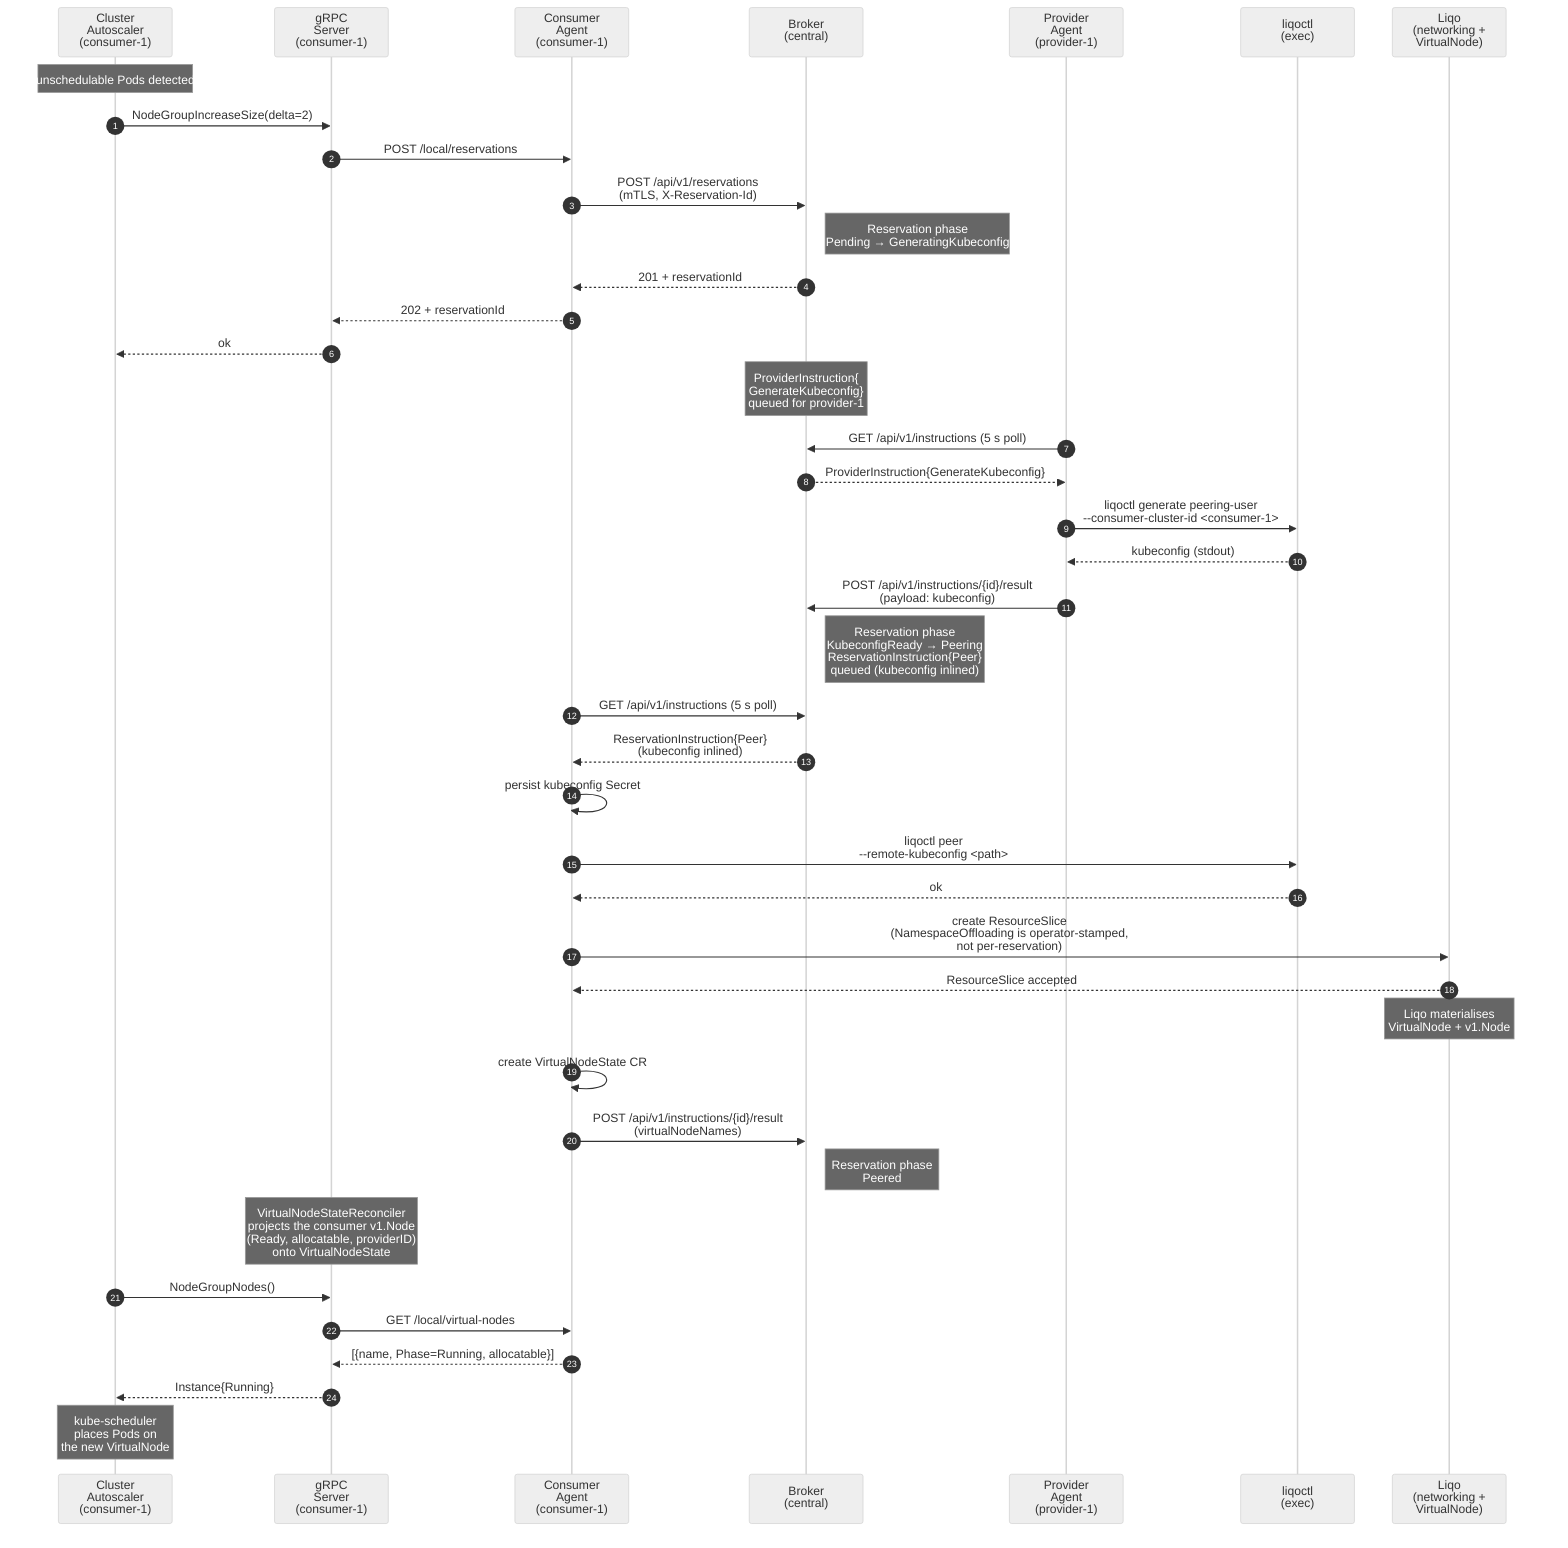
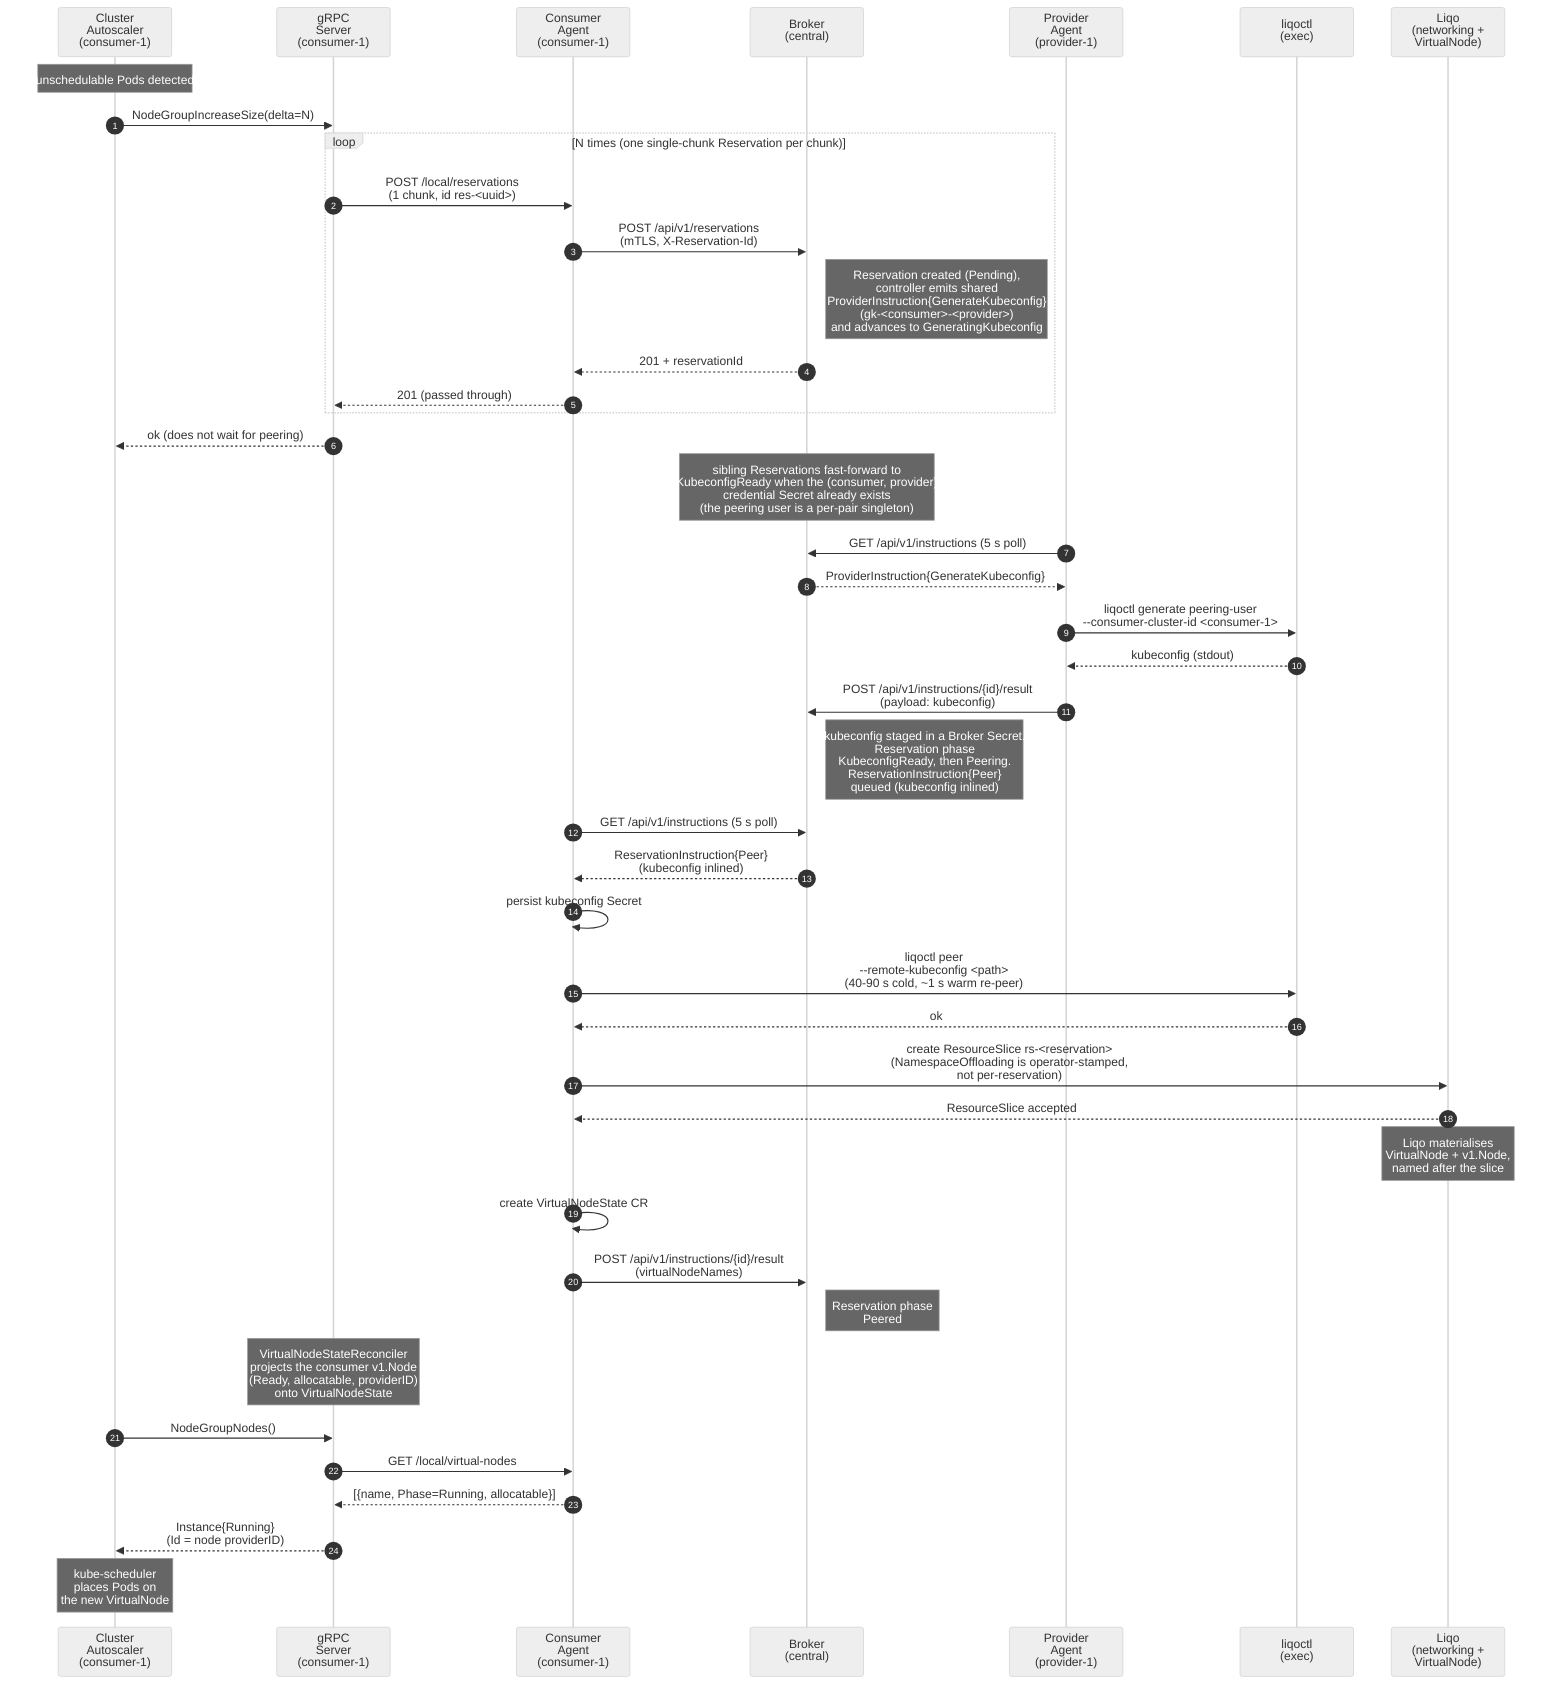
%%{init: {'theme': 'neutral'}}%%
- %% docs/design.md §8.2 — scale-up execution flow (as-built).
- %% Surfaces every liqoctl exec hop introduced in steps 8/9.
+ %% docs/design.md §9.2 - scale-up execution flow (as-built).
+ %% One Reservation = one chunk = one virtual node; a delta-N scale-up fans out N reservations.
%% Regenerate the PNG with: mmdc -i scale-up.mmd -o scale-up-execution-flow.png
sequenceDiagram
    autonumber
    participant CA  as Cluster<br/>Autoscaler<br/>(consumer-1)
    participant GS  as gRPC<br/>Server<br/>(consumer-1)
    participant CAg as Consumer<br/>Agent<br/>(consumer-1)
    participant Bk  as Broker<br/>(central)
    participant PAg as Provider<br/>Agent<br/>(provider-1)
    participant Lq  as liqoctl<br/>(exec)
    participant Lo  as Liqo<br/>(networking +<br/>VirtualNode)

    Note over CA: unschedulable Pods detected
-     CA->>GS: NodeGroupIncreaseSize(delta=2)
-     GS->>CAg: POST /local/reservations
-     CAg->>Bk: POST /api/v1/reservations<br/>(mTLS, X-Reservation-Id)
-     Note right of Bk: Reservation phase<br/>Pending → GeneratingKubeconfig
-     Bk-->>CAg: 201 + reservationId
-     CAg-->>GS: 202 + reservationId
-     GS-->>CA: ok
+     CA->>GS: NodeGroupIncreaseSize(delta=N)
+     loop N times (one single-chunk Reservation per chunk)
+         GS->>CAg: POST /local/reservations<br/>(1 chunk, id res-<uuid>)
+         CAg->>Bk: POST /api/v1/reservations<br/>(mTLS, X-Reservation-Id)
+         Note right of Bk: Reservation created (Pending),<br/>controller emits shared<br/>ProviderInstruction{GenerateKubeconfig}<br/>(gk-<consumer>-<provider>)<br/>and advances to GeneratingKubeconfig
+         Bk-->>CAg: 201 + reservationId
+         CAg-->>GS: 201 (passed through)
+     end
+     GS-->>CA: ok (does not wait for peering)

-     Note over Bk: ProviderInstruction{<br/>GenerateKubeconfig}<br/>queued for provider-1
+     Note over Bk: sibling Reservations fast-forward to<br/>KubeconfigReady when the (consumer, provider)<br/>credential Secret already exists<br/>(the peering user is a per-pair singleton)
    PAg->>Bk: GET /api/v1/instructions (5 s poll)
    Bk-->>PAg: ProviderInstruction{GenerateKubeconfig}
    PAg->>Lq: liqoctl generate peering-user<br/>--consumer-cluster-id <consumer-1>
    Lq-->>PAg: kubeconfig (stdout)
    PAg->>Bk: POST /api/v1/instructions/{id}/result<br/>(payload: kubeconfig)
-     Note right of Bk: Reservation phase<br/>KubeconfigReady → Peering<br/>ReservationInstruction{Peer}<br/>queued (kubeconfig inlined)
+     Note right of Bk: kubeconfig staged in a Broker Secret.<br/>Reservation phase<br/>KubeconfigReady, then Peering.<br/>ReservationInstruction{Peer}<br/>queued (kubeconfig inlined)

    CAg->>Bk: GET /api/v1/instructions (5 s poll)
    Bk-->>CAg: ReservationInstruction{Peer}<br/>(kubeconfig inlined)
    CAg->>CAg: persist kubeconfig Secret
-     CAg->>Lq: liqoctl peer<br/>--remote-kubeconfig <path>
+     CAg->>Lq: liqoctl peer<br/>--remote-kubeconfig <path><br/>(40-90 s cold, ~1 s warm re-peer)
    Lq-->>CAg: ok
-     CAg->>Lo: create ResourceSlice<br/>(NamespaceOffloading is operator-stamped,<br/>not per-reservation)
+     CAg->>Lo: create ResourceSlice rs-<reservation><br/>(NamespaceOffloading is operator-stamped,<br/>not per-reservation)
    Lo-->>CAg: ResourceSlice accepted
-     Note over Lo: Liqo materialises<br/>VirtualNode + v1.Node
+     Note over Lo: Liqo materialises<br/>VirtualNode + v1.Node,<br/>named after the slice
    CAg->>CAg: create VirtualNodeState CR
    CAg->>Bk: POST /api/v1/instructions/{id}/result<br/>(virtualNodeNames)
    Note right of Bk: Reservation phase<br/>Peered

    Note over GS: VirtualNodeStateReconciler<br/>projects the consumer v1.Node<br/>(Ready, allocatable, providerID)<br/>onto VirtualNodeState
    CA->>GS: NodeGroupNodes()
    GS->>CAg: GET /local/virtual-nodes
    CAg-->>GS: [{name, Phase=Running, allocatable}]
-     GS-->>CA: Instance{Running}
+     GS-->>CA: Instance{Running}<br/>(Id = node providerID)
    Note over CA: kube-scheduler<br/>places Pods on<br/>the new VirtualNode
